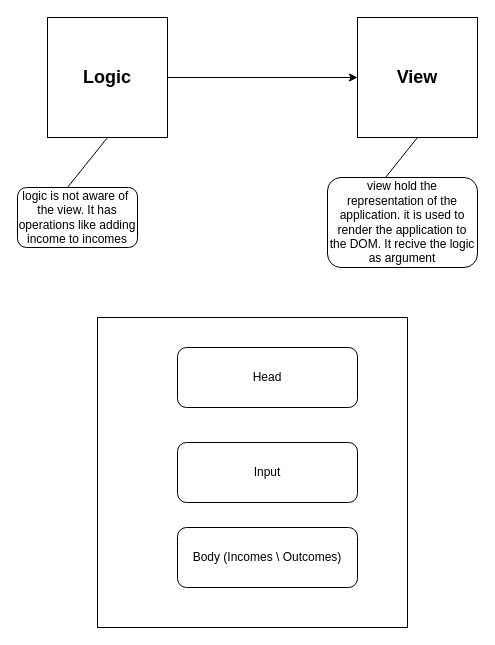
Before: budget/vanilla-ts/figs/Logic-View-Diagram.drawio in NathanKr/tei-course-typescript-playground, a draw.io diagram. Source tidied: cells renumbered, new cells numbered last; positions are measured from the earlier drawing's top-left corner, leaving out a move shared by most shapes. Both pictures are drawn from the tidied source at 100%, with x=0, y=0 at pixel (17, 17).
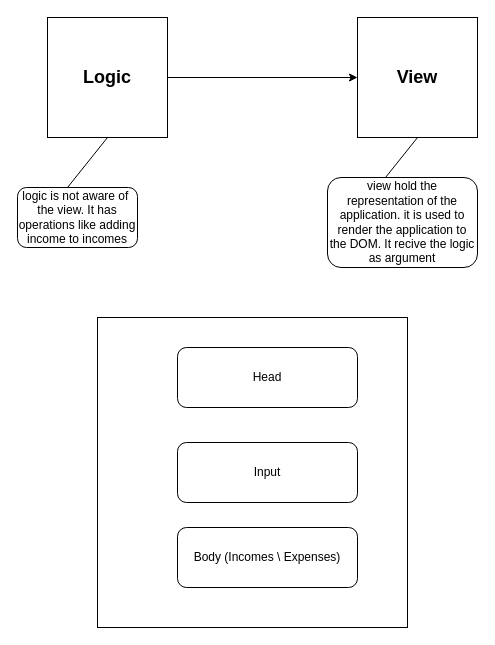
The same diagram, later.

Change to the diagram source:
```diff
@@
 <mxGraphModel>
   <root>
     <mxCell id="0" />
     <mxCell id="1" parent="0" />
     <mxCell id="2" value="&lt;font style=&quot;font-size: 18px&quot;&gt;&lt;b&gt;Logic&lt;/b&gt;&lt;/font&gt;" style="whiteSpace=wrap;html=1;" parent="1" vertex="1">
       <mxGeometry x="30" width="120" height="120" as="geometry" />
     </mxCell>
     <mxCell id="3" value="&lt;font style=&quot;font-size: 18px&quot;&gt;&lt;b&gt;View&lt;/b&gt;&lt;/font&gt;" style="whiteSpace=wrap;html=1;" parent="1" vertex="1">
       <mxGeometry x="340" width="120" height="120" as="geometry" />
     </mxCell>
     <mxCell id="4" style="endArrow=classic;html=1;entryX=0;entryY=0.5;entryDx=0;entryDy=0;" parent="1" edge="1" source="2" target="3">
       <mxGeometry relative="1" as="geometry" />
     </mxCell>
     <mxCell id="5" style="endArrow=none;html=1;entryX=0.5;entryY=1;entryDx=0;entryDy=0;" parent="1" edge="1" target="2">
       <mxGeometry relative="1" as="geometry">
         <mxPoint x="50" y="170" as="sourcePoint" />
       </mxGeometry>
     </mxCell>
     <mxCell id="6" value="logic is not aware of&amp;nbsp; the view. It has operations like adding income to incomes" style="rounded=1;whiteSpace=wrap;html=1;" parent="1" vertex="1">
       <mxGeometry y="170" width="120" height="60" as="geometry" />
     </mxCell>
     <mxCell id="7" style="endArrow=none;html=1;entryX=0.5;entryY=1;entryDx=0;entryDy=0;" parent="1" edge="1">
       <mxGeometry relative="1" as="geometry">
         <mxPoint x="360" y="170" as="sourcePoint" />
         <mxPoint x="400" y="120" as="targetPoint" />
       </mxGeometry>
     </mxCell>
     <mxCell id="8" value="view hold the representation of the application. it is used to render the application to the DOM. It recive the logic as argument" style="rounded=1;whiteSpace=wrap;html=1;" parent="1" vertex="1">
       <mxGeometry x="310" y="160" width="150" height="90" as="geometry" />
     </mxCell>
     <mxCell id="9" style="whiteSpace=wrap;html=1;" parent="1" vertex="1">
       <mxGeometry x="80" y="300" width="310" height="310" as="geometry" />
     </mxCell>
     <mxCell id="10" value="Head" style="rounded=1;whiteSpace=wrap;html=1;" parent="1" vertex="1">
       <mxGeometry x="160" y="330" width="180" height="60" as="geometry" />
     </mxCell>
     <mxCell id="11" value="Input" style="rounded=1;whiteSpace=wrap;html=1;" parent="1" vertex="1">
       <mxGeometry x="160" y="425" width="180" height="60" as="geometry" />
     </mxCell>
-    <mxCell id="12" value="Body (Incomes \ Outcomes)" style="rounded=1;whiteSpace=wrap;html=1;" parent="1" vertex="1">
+    <mxCell id="12" value="Body (Incomes \ Expenses)" style="rounded=1;whiteSpace=wrap;html=1;" parent="1" vertex="1">
       <mxGeometry x="160" y="510" width="180" height="60" as="geometry" />
     </mxCell>
   </root>
 </mxGraphModel>
```
